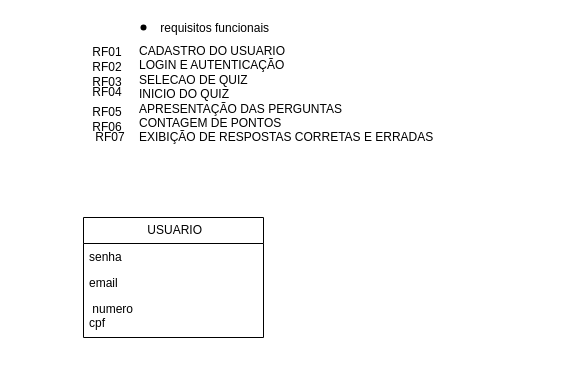
The draw.io diagram page "Página-7" (7 of 7) of bla.drawio in liviabla/diagramasderequisitos, before the edit. Source tidied: cells renumbered, new cells numbered last; positions are measured from the earlier drawing's top-left corner, leaving out a move shared by most shapes. Both pictures are drawn from the tidied source at 100%, with x=0, y=0 at pixel (74, 17).
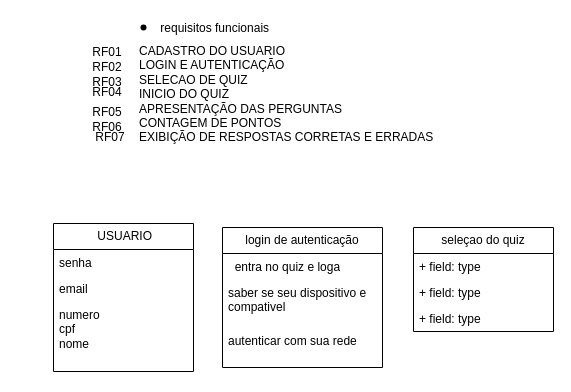
The same diagram, later.

Diff of the diagram source:
```diff
@@
     <mxCell id="11" value="&amp;nbsp;USUARIO" style="swimlane;fontStyle=0;horizontal=1;startSize=26;fillColor=none;whiteSpace=wrap;html=1;" parent="1" vertex="1">
-      <mxGeometry x="9" y="200" width="180" height="120" as="geometry" />
+      <mxGeometry x="-21" y="206" width="140" height="148" as="geometry" />
     </mxCell>
     <mxCell id="12" value="senha&amp;nbsp;&amp;nbsp;" style="text;strokeColor=none;fillColor=none;align=left;verticalAlign=top;spacingLeft=4;spacingRight=4;overflow=hidden;whiteSpace=wrap;html=1;" parent="11" vertex="1">
-      <mxGeometry y="26" width="180" height="26" as="geometry" />
+      <mxGeometry y="26" width="140" height="26" as="geometry" />
     </mxCell>
     <mxCell id="13" value="email" style="text;strokeColor=none;fillColor=none;align=left;verticalAlign=top;spacingLeft=4;spacingRight=4;overflow=hidden;whiteSpace=wrap;html=1;" parent="11" vertex="1">
-      <mxGeometry y="52" width="180" height="26" as="geometry" />
+      <mxGeometry y="52" width="140" height="26" as="geometry" />
     </mxCell>
-    <mxCell id="14" value="&amp;nbsp;numero&lt;div&gt;cpf&lt;/div&gt;" style="text;strokeColor=none;fillColor=none;align=left;verticalAlign=top;spacingLeft=4;spacingRight=4;overflow=hidden;whiteSpace=wrap;html=1;" parent="11" vertex="1">
-      <mxGeometry y="78" width="180" height="42" as="geometry" />
+    <mxCell id="14" value="numero&lt;div&gt;cpf&lt;/div&gt;&lt;div&gt;nome&lt;/div&gt;" style="text;strokeColor=none;fillColor=none;align=left;verticalAlign=top;spacingLeft=4;spacingRight=4;overflow=hidden;whiteSpace=wrap;html=1;" parent="11" vertex="1">
+      <mxGeometry y="78" width="140" height="70" as="geometry" />
     </mxCell>
+    <mxCell id="15" value="login de autenticação" style="swimlane;fontStyle=0;horizontal=1;startSize=26;fillColor=none;whiteSpace=wrap;html=1;" parent="1" vertex="1">
+      <mxGeometry x="148" y="210" width="160" height="140" as="geometry" />
+    </mxCell>
+    <mxCell id="16" value="&amp;nbsp; entra no quiz e loga" style="text;strokeColor=none;fillColor=none;align=left;verticalAlign=top;spacingLeft=4;spacingRight=4;overflow=hidden;whiteSpace=wrap;html=1;" parent="15" vertex="1">
+      <mxGeometry y="26" width="160" height="26" as="geometry" />
+    </mxCell>
+    <mxCell id="17" value="saber se seu dispositivo e compativel" style="text;strokeColor=none;fillColor=none;align=left;verticalAlign=top;spacingLeft=4;spacingRight=4;overflow=hidden;whiteSpace=wrap;html=1;" parent="15" vertex="1">
+      <mxGeometry y="52" width="160" height="48" as="geometry" />
+    </mxCell>
+    <mxCell id="18" value="autenticar com sua rede" style="text;strokeColor=none;fillColor=none;align=left;verticalAlign=top;spacingLeft=4;spacingRight=4;overflow=hidden;whiteSpace=wrap;html=1;" parent="15" vertex="1">
+      <mxGeometry y="100" width="160" height="40" as="geometry" />
+    </mxCell>
+    <mxCell id="19" value="seleçao do quiz" style="swimlane;fontStyle=0;horizontal=1;startSize=26;fillColor=none;whiteSpace=wrap;html=1;" parent="1" vertex="1">
+      <mxGeometry x="339" y="210" width="140" height="104" as="geometry" />
+    </mxCell>
+    <mxCell id="20" value="+ field: type" style="text;strokeColor=none;fillColor=none;align=left;verticalAlign=top;spacingLeft=4;spacingRight=4;overflow=hidden;whiteSpace=wrap;html=1;" parent="19" vertex="1">
+      <mxGeometry y="26" width="140" height="26" as="geometry" />
+    </mxCell>
+    <mxCell id="21" value="+ field: type" style="text;strokeColor=none;fillColor=none;align=left;verticalAlign=top;spacingLeft=4;spacingRight=4;overflow=hidden;whiteSpace=wrap;html=1;" parent="19" vertex="1">
+      <mxGeometry y="52" width="140" height="26" as="geometry" />
+    </mxCell>
+    <mxCell id="22" value="+ field: type" style="text;strokeColor=none;fillColor=none;align=left;verticalAlign=top;spacingLeft=4;spacingRight=4;overflow=hidden;whiteSpace=wrap;html=1;" parent="19" vertex="1">
+      <mxGeometry y="78" width="140" height="26" as="geometry" />
+    </mxCell>
```
